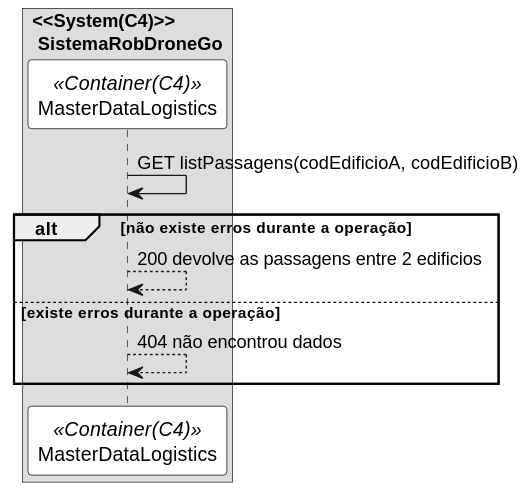
Before: docs/use_cases/UC260/vp2.svg, a diagram exported from PlantUML (SlimJesus25/SEM5_PI).
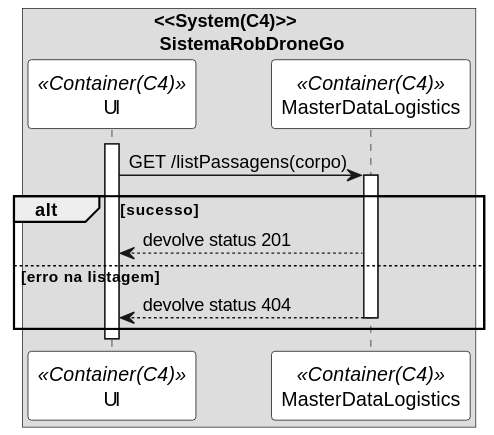
The same diagram one commit later.

Change to the diagram source:
```diff
@@ -6,13 +6,18 @@
 }
 
 box "<<System(C4)>>\n SistemaRobDroneGo"
+participant UI as ui <<Container(C4)>>
 participant MasterDataLogistics as mdl <<Container(C4)>>
-mdl -> mdl: GET listPassagens(codEdificioA, codEdificioB)
-alt não existe erros durante a operação
-mdl --> mdl: 200 devolve as passagens entre 2 edificios
-else existe erros durante a operação
-mdl --> mdl: 404 não encontrou dados
+activate ui
+ui -> mdl: GET /listPassagens(corpo)
+activate mdl
+alt sucesso
+mdl --> ui: devolve status 201
+else erro na listagem
+mdl --> ui: devolve status 404
+deactivate mdl
 end
+deactivate ui
 
 end box
 
```
